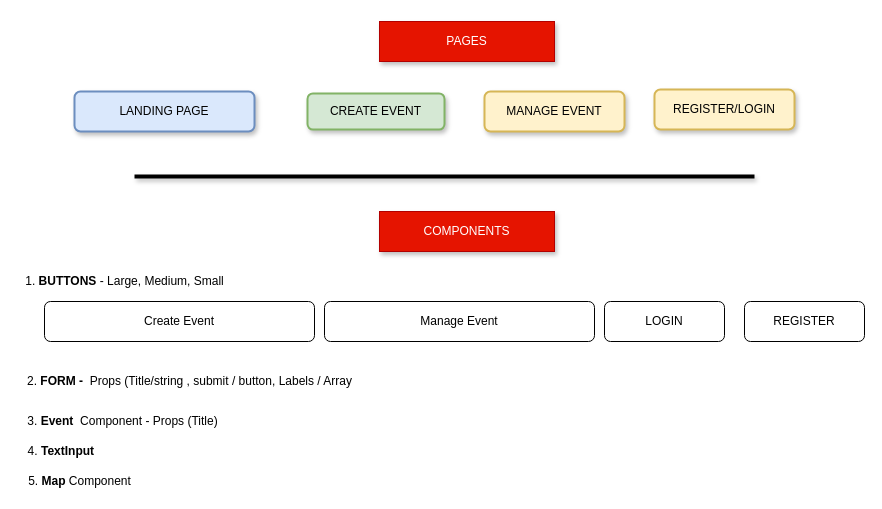
Before: page "Pages and Components" (2 of 11) of Invite App.drawio in myportfolios/event-mger, a draw.io diagram. Source tidied: cells renumbered, new cells numbered last; positions are measured from the earlier drawing's top-left corner, leaving out a move shared by most shapes. Both pictures are drawn from the tidied source at 100%, with x=0, y=0 at pixel (17, 21).
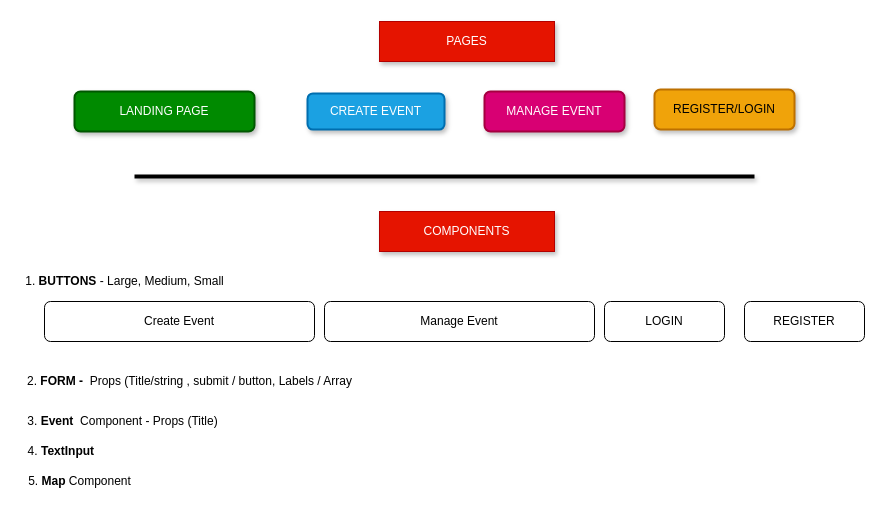
Above is the later version.

What changed in the source:
```diff
@@
 <mxGraphModel>
   <root>
     <mxCell id="0" />
     <mxCell id="1" parent="0" />
     <mxCell id="2" value="PAGES" style="text;html=1;strokeColor=#B20000;fillColor=#e51400;align=center;verticalAlign=middle;whiteSpace=wrap;rounded=0;shadow=1;fontColor=#ffffff;" parent="1" vertex="1">
       <mxGeometry x="362" width="175" height="40" as="geometry" />
     </mxCell>
-    <mxCell id="3" value="LANDING PAGE" style="rounded=1;whiteSpace=wrap;html=1;shadow=1;strokeColor=#6c8ebf;strokeWidth=2;fillColor=#dae8fc;" parent="1" vertex="1">
+    <mxCell id="3" value="LANDING PAGE" style="rounded=1;whiteSpace=wrap;html=1;shadow=1;strokeColor=#005700;strokeWidth=2;fillColor=#008a00;fontColor=#ffffff;" parent="1" vertex="1">
       <mxGeometry x="57" y="70" width="180" height="40" as="geometry" />
     </mxCell>
-    <mxCell id="4" value="CREATE EVENT" style="rounded=1;whiteSpace=wrap;html=1;shadow=1;strokeColor=#82b366;strokeWidth=2;fillColor=#d5e8d4;" parent="1" vertex="1">
+    <mxCell id="4" value="CREATE EVENT" style="rounded=1;whiteSpace=wrap;html=1;shadow=1;strokeColor=#006EAF;strokeWidth=2;fillColor=#1ba1e2;fontColor=#ffffff;" parent="1" vertex="1">
       <mxGeometry x="290" y="72" width="137" height="36" as="geometry" />
     </mxCell>
-    <mxCell id="5" value="MANAGE EVENT" style="rounded=1;whiteSpace=wrap;html=1;shadow=1;strokeColor=#d6b656;strokeWidth=2;fillColor=#fff2cc;" parent="1" vertex="1">
+    <mxCell id="5" value="MANAGE EVENT" style="rounded=1;whiteSpace=wrap;html=1;shadow=1;strokeColor=#A50040;strokeWidth=2;fillColor=#d80073;fontColor=#ffffff;" parent="1" vertex="1">
       <mxGeometry x="467" y="70" width="140" height="40" as="geometry" />
     </mxCell>
     <mxCell id="6" style="line;strokeWidth=4;html=1;perimeter=backbonePerimeter;shadow=1;fillColor=default;" parent="1" vertex="1">
       <mxGeometry x="117" y="150" width="620" height="10" as="geometry" />
     </mxCell>
-    <mxCell id="7" value="REGISTER/LOGIN" style="rounded=1;whiteSpace=wrap;html=1;shadow=1;strokeColor=#d6b656;strokeWidth=2;fillColor=#fff2cc;" parent="1" vertex="1">
+    <mxCell id="7" value="REGISTER/LOGIN" style="rounded=1;whiteSpace=wrap;html=1;shadow=1;strokeColor=#BD7000;strokeWidth=2;fillColor=#f0a30a;fontColor=#000000;" parent="1" vertex="1">
       <mxGeometry x="637" y="68" width="140" height="40" as="geometry" />
     </mxCell>
     <mxCell id="8" value="COMPONENTS" style="text;html=1;strokeColor=#B20000;fillColor=#e51400;align=center;verticalAlign=middle;whiteSpace=wrap;rounded=0;shadow=1;fontColor=#ffffff;" parent="1" vertex="1">
       <mxGeometry x="362" y="190" width="175" height="40" as="geometry" />
     </mxCell>
     <mxCell id="9" value="Create Event" style="rounded=1;whiteSpace=wrap;html=1;" parent="1" vertex="1">
       <mxGeometry x="27" y="280" width="270" height="40" as="geometry" />
     </mxCell>
     <mxCell id="10" value="Manage Event" style="rounded=1;whiteSpace=wrap;html=1;" parent="1" vertex="1">
       <mxGeometry x="307" y="280" width="270" height="40" as="geometry" />
     </mxCell>
     <mxCell id="11" value="LOGIN" style="rounded=1;whiteSpace=wrap;html=1;" parent="1" vertex="1">
       <mxGeometry x="587" y="280" width="120" height="40" as="geometry" />
     </mxCell>
     <mxCell id="12" value="REGISTER" style="rounded=1;whiteSpace=wrap;html=1;" parent="1" vertex="1">
       <mxGeometry x="727" y="280" width="120" height="40" as="geometry" />
     </mxCell>
     <mxCell id="13" value="1. &lt;b&gt;BUTTONS&lt;/b&gt; - Large, Medium, Small" style="text;html=1;align=center;verticalAlign=middle;strokeColor=none;fillColor=none;" parent="1" vertex="1">
       <mxGeometry x="2" y="250" width="210" height="20" as="geometry" />
     </mxCell>
     <mxCell id="14" value="2. &lt;b&gt;FORM -&amp;nbsp; &lt;/b&gt;Props (Title/string , submit / button, Labels / Array" style="text;html=1;align=center;verticalAlign=middle;strokeColor=none;fillColor=none;" parent="1" vertex="1">
       <mxGeometry x="2" y="350" width="340" height="20" as="geometry" />
     </mxCell>
     <mxCell id="15" value="3. &lt;b&gt;Event&lt;/b&gt;&amp;nbsp; Component - Props (Title)" style="text;html=1;align=center;verticalAlign=middle;strokeColor=none;fillColor=none;" parent="1" vertex="1">
       <mxGeometry y="390" width="210" height="20" as="geometry" />
     </mxCell>
     <mxCell id="16" value="4. &lt;b&gt;TextInput&lt;/b&gt;&amp;nbsp;" style="text;html=1;align=center;verticalAlign=middle;strokeColor=none;fillColor=none;" parent="1" vertex="1">
       <mxGeometry y="420" width="90" height="20" as="geometry" />
     </mxCell>
     <mxCell id="17" value="5. &lt;b&gt;Map &lt;/b&gt;Component" style="text;html=1;align=center;verticalAlign=middle;strokeColor=none;fillColor=none;" parent="1" vertex="1">
       <mxGeometry x="2" y="450" width="120" height="20" as="geometry" />
     </mxCell>
   </root>
 </mxGraphModel>
```
